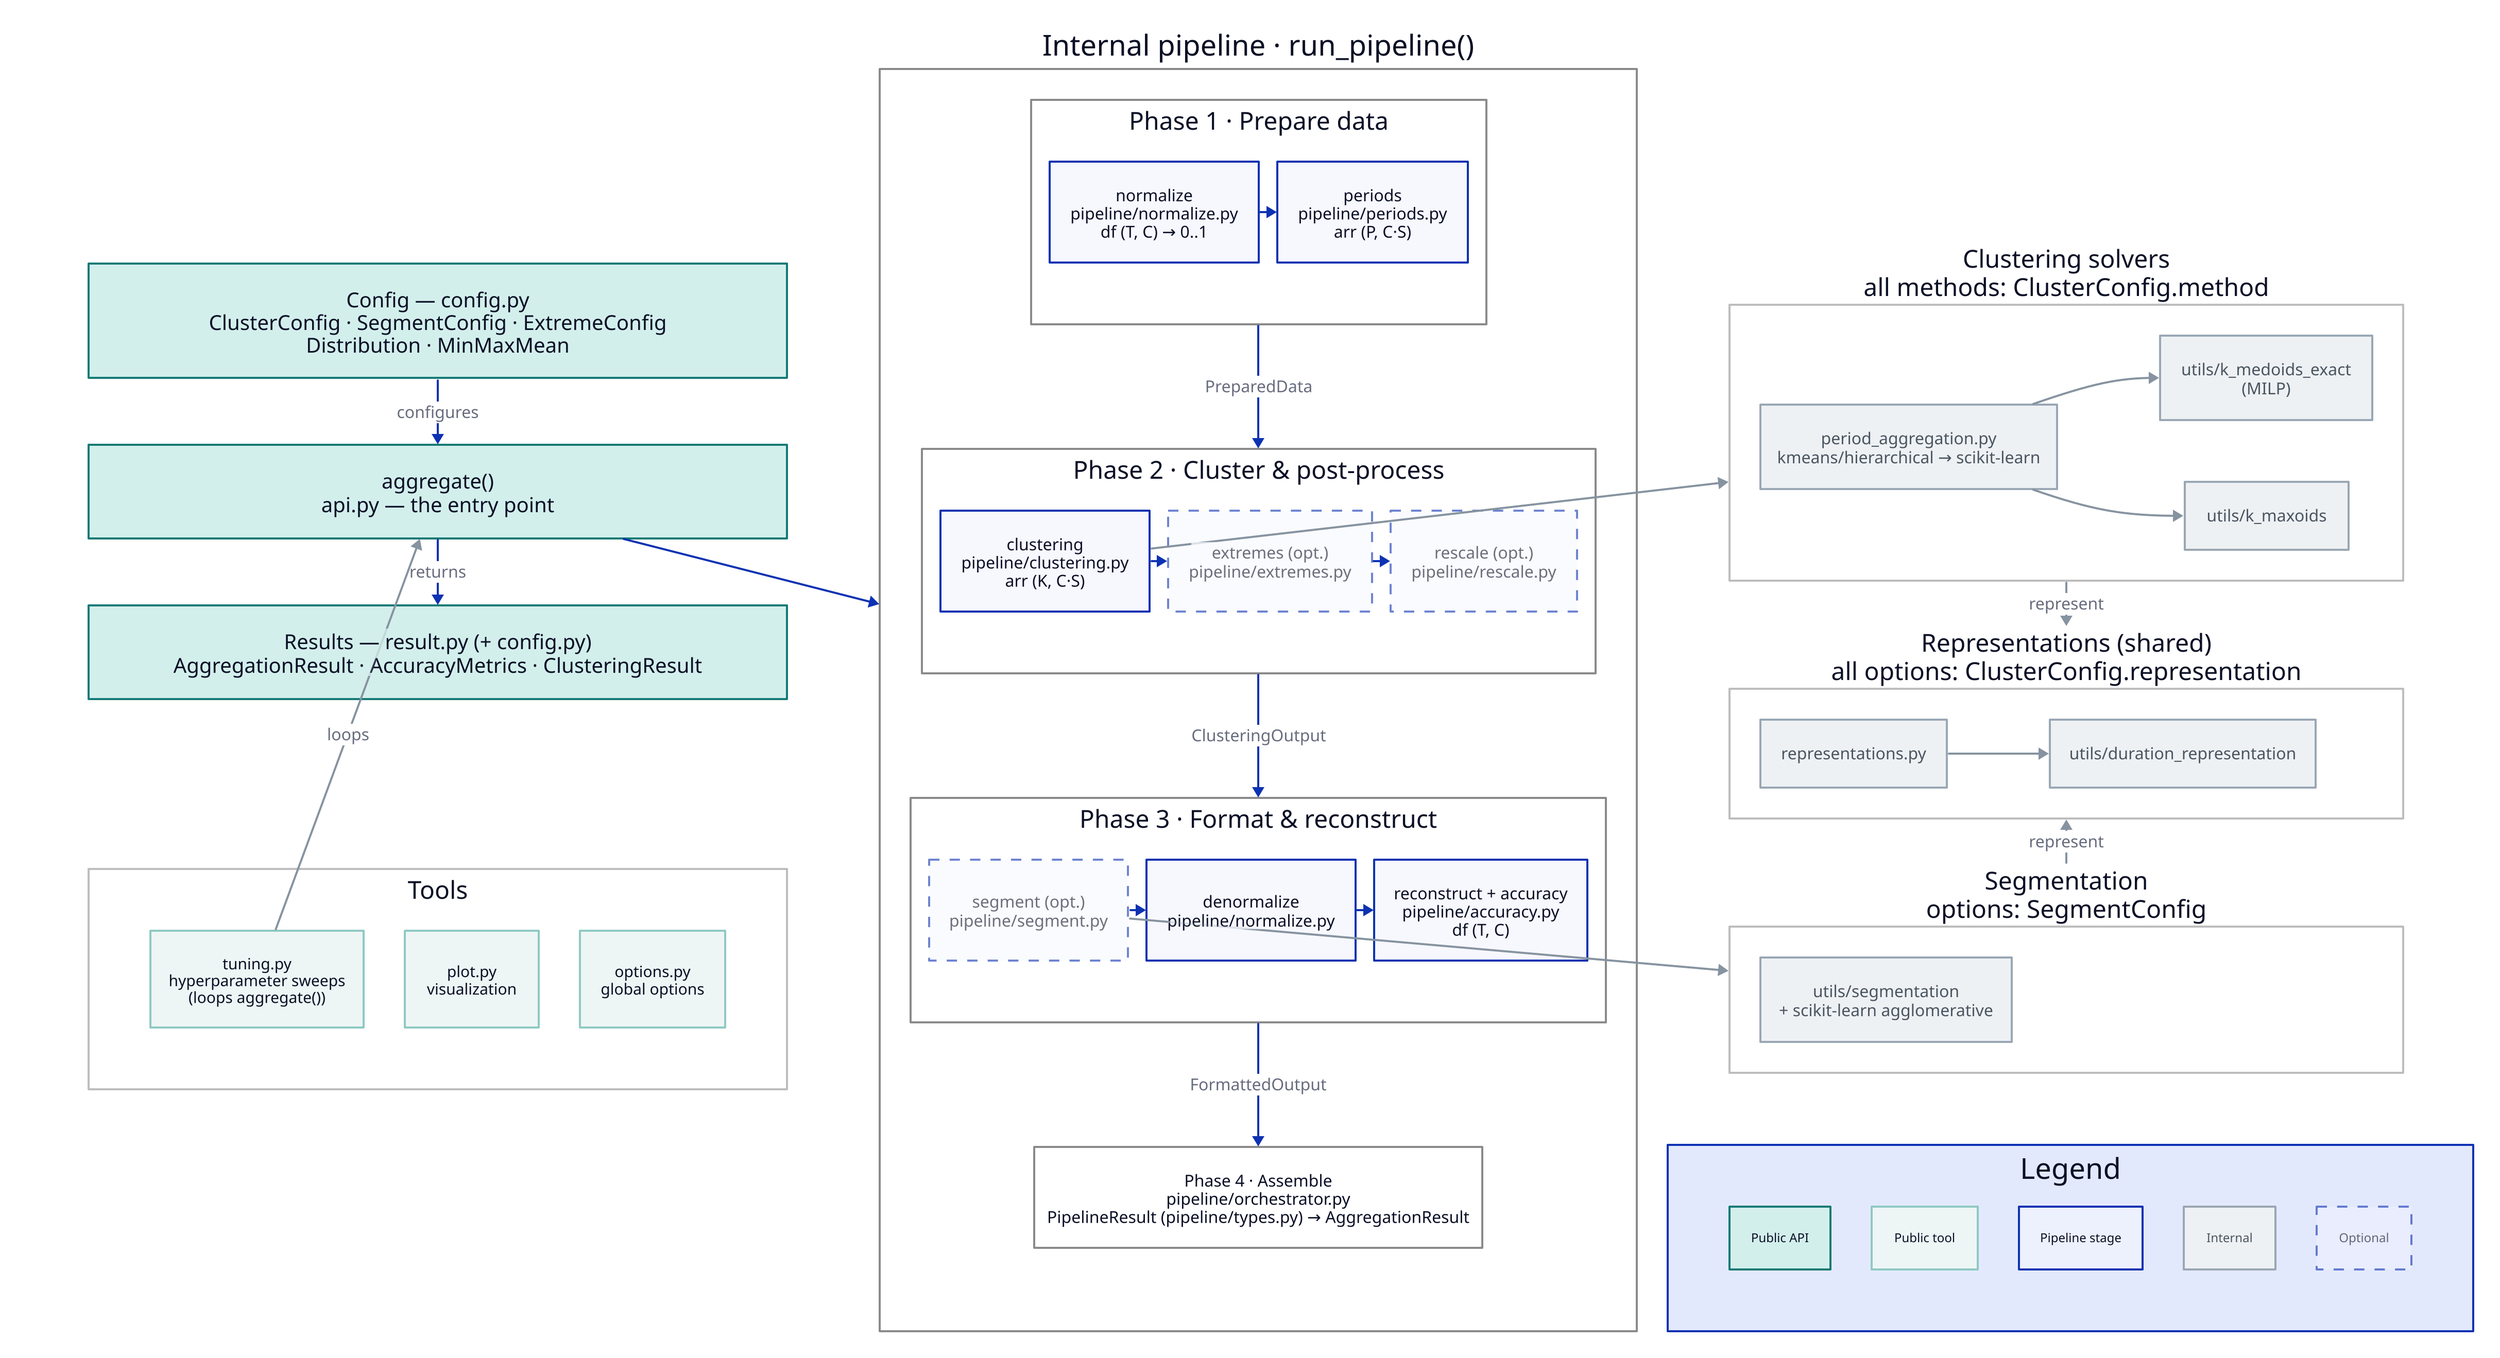
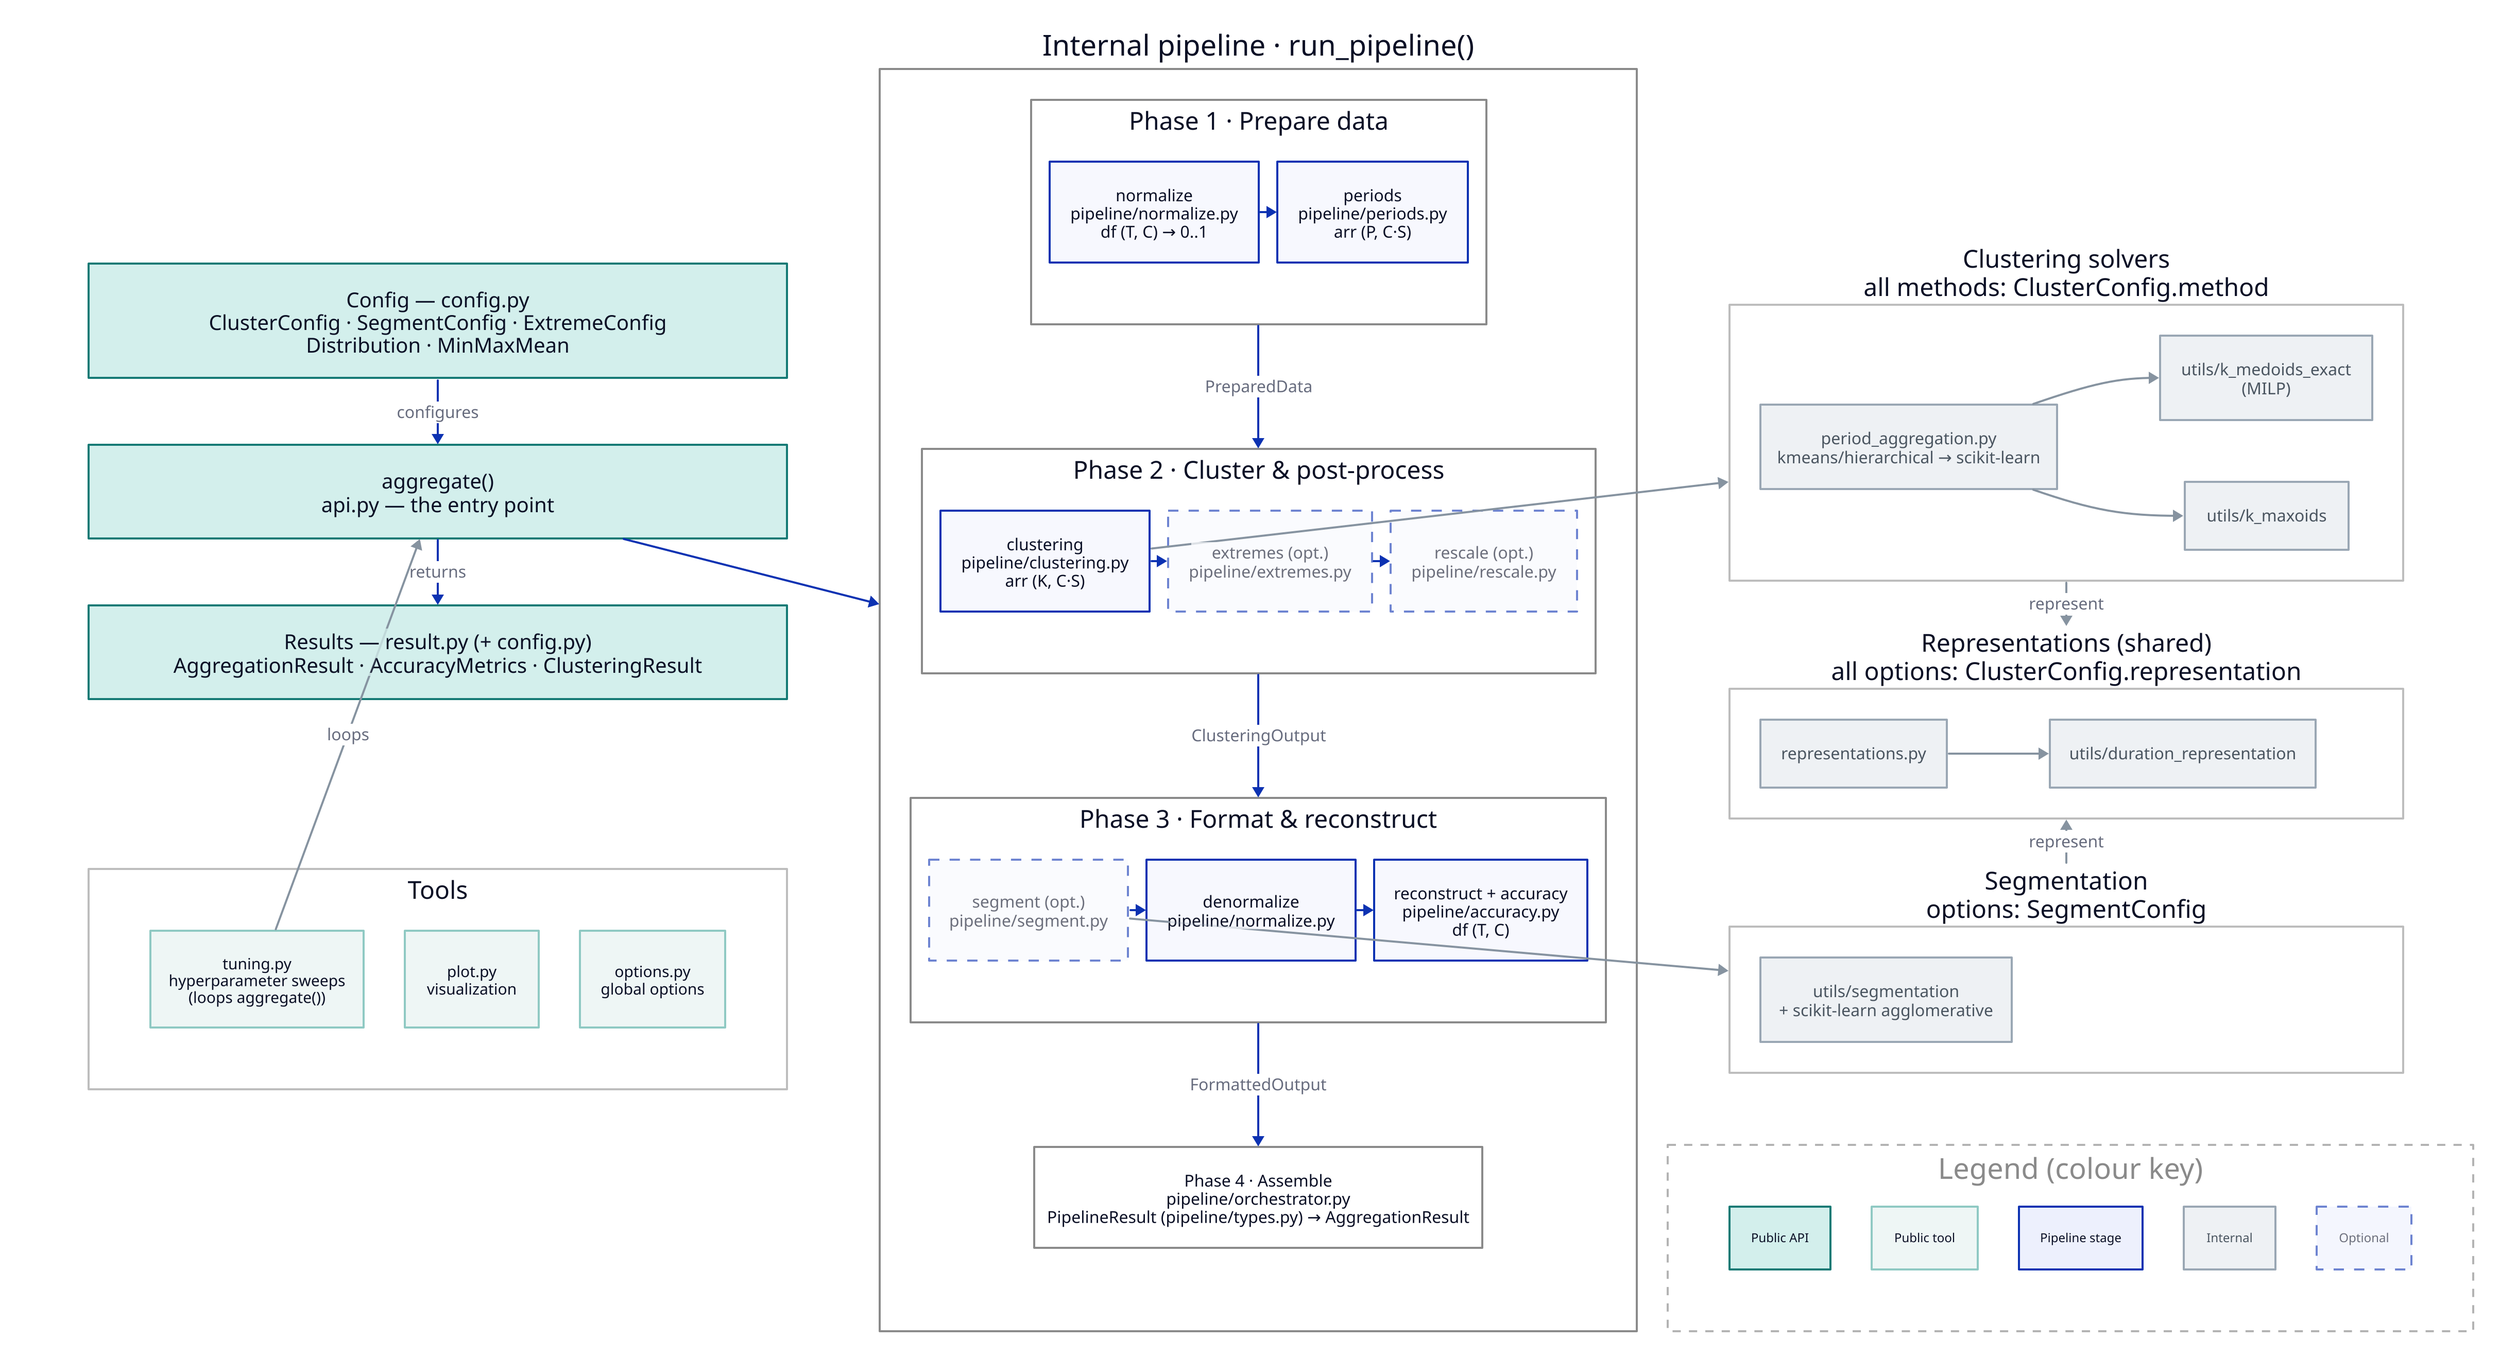
direction: down

vars: {
  d2-config: { pad: 25 }
}

classes: {
  optional_step: { style: { stroke-dash: 5; opacity: 0.6 } }
  group: { style: { fill: transparent; stroke: "#8a8a8a" } }
  side: { style: { fill: transparent; stroke: "#bdbdbd" } }
  pad: { style: { fill: transparent; stroke: transparent } }
  # first-class public API (aggregate + config + results): prominent teal, larger
  public: { style: { fill: "#d3efec"; stroke: "#157a75"; stroke-width: 2; bold: true; font-size: 20 } }
  # secondary public tools (tuning/plot/options): lighter teal
  tool: { style: { fill: "#eef6f5"; stroke: "#8fc9c3"; font-size: 15 } }
  # supporting internal modules outside the phases (backends, auxiliary): muted
  support: { style: { fill: "#eef1f4"; stroke: "#9aa7b4"; font-color: "#4a5560" } }
  # grey connectors
  conn: { style: { stroke: "#8693a0" } }
}

grid-columns: 3
grid-gap: 30
vertical-gap: 25

# ── Left column: public API (config & results, entry) + auxiliary ─────────
lcol: "" {
  class: pad
  grid-rows: 6
  vertical-gap: 65

  pad_top: "" { class: pad }
  cfg: "Config — config.py\nClusterConfig · SegmentConfig · ExtremeConfig\nDistribution · MinMaxMean" { class: public }
  api: "aggregate()\napi.py — the entry point" { class: public }
  res: "Results — result.py (+ config.py)\nAggregationResult · AccuracyMetrics · ClusteringResult" { class: public }
  pad_mid: "" { class: pad; height: 35 }
  tools: "Tools" {
    class: side
    grid-columns: 3
    tune: "tuning.py\nhyperparameter sweeps\n(loops aggregate())" { class: tool }
    plot: "plot.py\nvisualization" { class: tool }
    opts: "options.py\nglobal options" { class: tool }
  }
}

# ── Center column: the run_pipeline() spine ───────────────────────────────
pipeline: "Internal pipeline · run_pipeline()" {
  class: group
  direction: down
  vertical-gap: 25

  p1: "Phase 1 · Prepare data" {
    class: group
    grid-rows: 1
    horizontal-gap: 18
    normalize: "normalize\npipeline/normalize.py\ndf (T, C) → 0..1"
    periods: "periods\npipeline/periods.py\narr (P, C·S)"
    normalize -> periods
  }
  p2: "Phase 2 · Cluster & post-process" {
    class: group
    grid-rows: 1
    horizontal-gap: 18
    clustering: "clustering\npipeline/clustering.py\narr (K, C·S)"
    extremes: "extremes (opt.)\npipeline/extremes.py" { class: optional_step }
    rescale: "rescale (opt.)\npipeline/rescale.py" { class: optional_step }
    clustering -> extremes
    extremes -> rescale
  }
  p3: "Phase 3 · Format & reconstruct" {
    class: group
    grid-rows: 1
    horizontal-gap: 18
    segment: "segment (opt.)\npipeline/segment.py" { class: optional_step }
    denorm: "denormalize\npipeline/normalize.py"
    accuracy: "reconstruct + accuracy\npipeline/accuracy.py\ndf (T, C)"
    segment -> denorm
    denorm -> accuracy
  }
  p4: "Phase 4 · Assemble\npipeline/orchestrator.py\nPipelineResult (pipeline/types.py) → AggregationResult" { class: group }

  p1 -> p2: "PreparedData"
  p2 -> p3: "ClusteringOutput"
  p3 -> p4: "FormattedOutput"
}

# ── Right column: backends, each group aligned with the step that uses it ─
rcol: "" {
  class: pad
  grid-rows: 5
  vertical-gap: 45

  pad_top: "" { class: pad; height: 120; width: 20 }

  # Clustering-only: period_aggregation dispatches to the medoid/maxoid solvers
  # (kmeans/hierarchical go to scikit-learn).
  clu_solvers: "Clustering solvers\nall methods: ClusterConfig.method" {
    class: side
    direction: right
    pa: "period_aggregation.py\nkmeans/hierarchical → scikit-learn" { class: support }
    kmex: "utils/k_medoids_exact\n(MILP)" { class: support }
    kmax: "utils/k_maxoids" { class: support }
    pa -> kmex { class: conn }
    pa -> kmax { class: conn }
  }

  # Shared by clustering AND segmentation.
  reps: "Representations (shared)\nall options: ClusterConfig.representation" {
    class: side
    direction: right
    rep: "representations.py" { class: support }
    dur: "utils/duration_representation" { class: support }
    rep -> dur { class: conn }
  }

  # Segment-only: its own agglomerative clustering (scikit-learn).
  seg_back: "Segmentation\noptions: SegmentConfig" {
    class: side
    segu: "utils/segmentation\n+ scikit-learn agglomerative" { class: support }
  }
}

# ── Legend (colour key) ────────────────────────────────────────────────────
- legend: "Legend" {
+ legend: "Legend (colour key)" {
  grid-rows: 1
+   style: { stroke-dash: 4; stroke: "#b3b3b3"; fill: transparent; font-color: "#8a8a8a" }
  le_pub: "Public API" { class: public; style.font-size: 12 }
  le_tool: "Public tool" { class: tool; style.font-size: 12 }
  le_flow: "Pipeline stage" { class: default; style.font-size: 12 }
  le_sup: "Internal" { class: support; style.font-size: 12 }
  le_opt: "Optional" { class: optional_step; style.font-size: 12 }
}

# ── Cross-column edges ─────────────────────────────────────────────────────
lcol.cfg -> lcol.api: "configures"
lcol.api -> lcol.res: "returns"
lcol.tools.tune -> lcol.api: "loops" { class: conn }
lcol.api -> pipeline
pipeline.p2.clustering -> rcol.clu_solvers { class: conn }
pipeline.p3.segment -> rcol.seg_back { class: conn }
rcol.clu_solvers -> rcol.reps: "represent" { class: conn }
rcol.seg_back -> rcol.reps: "represent" { class: conn }
